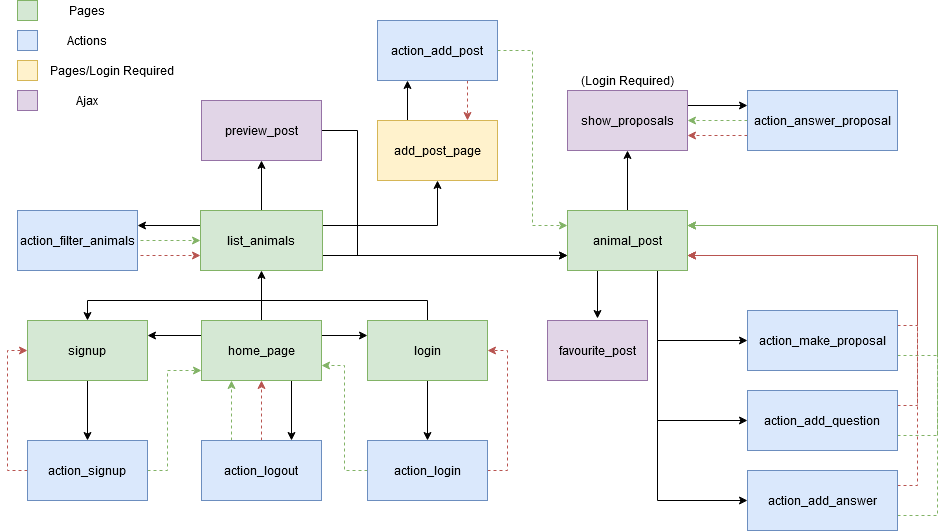
Earlier version of the draw.io export documentation/mockups/navigation_diagram.png (JoaoCostaIFG/LTW). Source tidied: cells renumbered, new cells last; positions are measured from the earlier drawing's top-left corner, leaving out a move shared by most shapes.
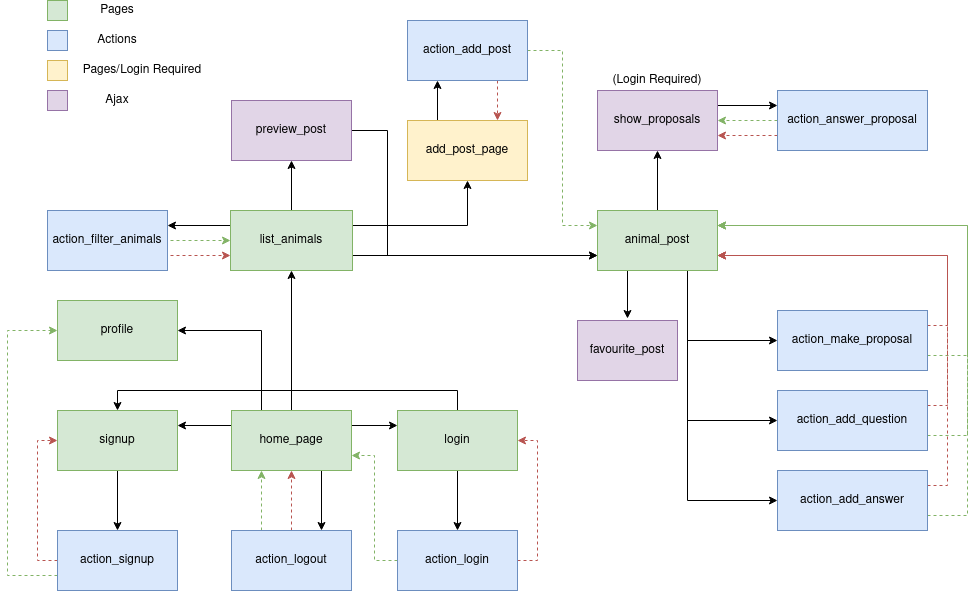
Later version of the same file.

Commit message:
Added profile to navigation diagram

The edit, as a diff of the source:
```diff
@@ -14,14 +14,17 @@
     <mxCell id="5" style="edgeStyle=orthogonalEdgeStyle;rounded=0;jettySize=auto;html=1;exitX=0.5;exitY=0;exitDx=0;exitDy=0;entryX=0.5;entryY=1;entryDx=0;entryDy=0;" parent="1" edge="1" source="6" target="22">
       <mxGeometry relative="1" as="geometry" />
     </mxCell>
+    <mxCell id="66" style="edgeStyle=orthogonalEdgeStyle;rounded=0;jettySize=auto;html=1;exitX=0.25;exitY=0;exitDx=0;exitDy=0;entryX=1;entryY=0.5;entryDx=0;entryDy=0;" parent="1" edge="1" source="6" target="68">
+      <mxGeometry relative="1" as="geometry" />
+    </mxCell>
     <mxCell id="6" value="&lt;div&gt;home_page&lt;/div&gt;" style="rounded=0;whiteSpace=wrap;html=1;fillColor=#d5e8d4;strokeColor=#82b366;" parent="1" vertex="1">
-      <mxGeometry x="184" y="320" width="120" height="60" as="geometry" />
+      <mxGeometry x="184" y="410" width="120" height="60" as="geometry" />
     </mxCell>
     <mxCell id="7" style="edgeStyle=orthogonalEdgeStyle;rounded=0;jettySize=auto;html=1;exitX=0.5;exitY=1;exitDx=0;exitDy=0;entryX=0.5;entryY=0;entryDx=0;entryDy=0;" parent="1" edge="1" source="8" target="14">
       <mxGeometry relative="1" as="geometry" />
     </mxCell>
     <mxCell id="8" value="signup" style="rounded=0;whiteSpace=wrap;html=1;fillColor=#d5e8d4;strokeColor=#82b366;" parent="1" vertex="1">
-      <mxGeometry x="10" y="320" width="120" height="60" as="geometry" />
+      <mxGeometry x="10" y="410" width="120" height="60" as="geometry" />
     </mxCell>
     <mxCell id="9" style="edgeStyle=orthogonalEdgeStyle;rounded=0;jettySize=auto;html=1;exitX=0.25;exitY=0;exitDx=0;exitDy=0;entryX=0.25;entryY=1;entryDx=0;entryDy=0;fillColor=#d5e8d4;strokeColor=#82b366;dashed=1;" parent="1" edge="1" source="11" target="6">
       <mxGeometry relative="1" as="geometry" />
@@ -30,22 +33,21 @@
       <mxGeometry relative="1" as="geometry" />
     </mxCell>
     <mxCell id="11" value="action_logout" style="rounded=0;whiteSpace=wrap;html=1;fillColor=#dae8fc;strokeColor=#6c8ebf;" parent="1" vertex="1">
-      <mxGeometry x="184" y="440" width="120" height="60" as="geometry" />
+      <mxGeometry x="184" y="530" width="120" height="60" as="geometry" />
     </mxCell>
     <mxCell id="12" style="edgeStyle=orthogonalEdgeStyle;rounded=0;jettySize=auto;html=1;exitX=0;exitY=0.5;exitDx=0;exitDy=0;entryX=0;entryY=0.5;entryDx=0;entryDy=0;dashed=1;fillColor=#f8cecc;strokeColor=#b85450;" parent="1" edge="1" source="14" target="8">
       <mxGeometry relative="1" as="geometry" />
     </mxCell>
-    <mxCell id="13" style="edgeStyle=orthogonalEdgeStyle;rounded=0;jettySize=auto;html=1;exitX=1;exitY=0.5;exitDx=0;exitDy=0;dashed=1;fillColor=#d5e8d4;strokeColor=#82b366;" parent="1" edge="1" source="14">
-      <mxGeometry relative="1" as="geometry">
-        <mxPoint x="184" y="370" as="targetPoint" />
-        <Array as="points">
-          <mxPoint x="150" y="470" />
-          <mxPoint x="150" y="370" />
-        </Array>
-      </mxGeometry>
-    </mxCell>
+    <mxCell id="67" style="edgeStyle=orthogonalEdgeStyle;rounded=0;jettySize=auto;html=1;exitX=0;exitY=0.75;exitDx=0;exitDy=0;entryX=0;entryY=0.5;entryDx=0;entryDy=0;dashed=1;fillColor=#d5e8d4;strokeColor=#82b366;" parent="1" edge="1" source="14" target="68">
+      <mxGeometry relative="1" as="geometry">
+        <Array as="points">
+          <mxPoint x="-40" y="575" />
+          <mxPoint x="-40" y="330" />
+        </Array>
+      </mxGeometry>
+    </mxCell>
     <mxCell id="14" value="action_signup" style="rounded=0;whiteSpace=wrap;html=1;fillColor=#dae8fc;strokeColor=#6c8ebf;" parent="1" vertex="1">
-      <mxGeometry x="10" y="440" width="120" height="60" as="geometry" />
+      <mxGeometry x="10" y="530" width="120" height="60" as="geometry" />
     </mxCell>
     <mxCell id="15" style="edgeStyle=orthogonalEdgeStyle;rounded=0;jettySize=auto;html=1;exitX=0;exitY=0.5;exitDx=0;exitDy=0;entryX=1;entryY=0.75;entryDx=0;entryDy=0;fillColor=#d5e8d4;strokeColor=#82b366;dashed=1;" parent="1" edge="1" source="17" target="6">
       <mxGeometry relative="1" as="geometry" />
@@ -54,7 +56,7 @@
       <mxGeometry relative="1" as="geometry" />
     </mxCell>
     <mxCell id="17" value="action_login" style="rounded=0;whiteSpace=wrap;html=1;fillColor=#dae8fc;strokeColor=#6c8ebf;" parent="1" vertex="1">
-      <mxGeometry x="350" y="440" width="120" height="60" as="geometry" />
+      <mxGeometry x="350" y="530" width="120" height="60" as="geometry" />
     </mxCell>
     <mxCell id="18" style="edgeStyle=orthogonalEdgeStyle;rounded=0;jettySize=auto;html=1;exitX=1;exitY=0.75;exitDx=0;exitDy=0;entryX=0;entryY=0.75;entryDx=0;entryDy=0;" parent="1" edge="1" source="22" target="31">
       <mxGeometry relative="1" as="geometry" />
@@ -157,7 +159,7 @@
       <mxGeometry relative="1" as="geometry" />
     </mxCell>
     <mxCell id="43" value="&lt;div&gt;login&lt;/div&gt;" style="rounded=0;whiteSpace=wrap;html=1;fillColor=#d5e8d4;strokeColor=#82b366;" parent="1" vertex="1">
-      <mxGeometry x="350" y="320" width="120" height="60" as="geometry" />
+      <mxGeometry x="350" y="410" width="120" height="60" as="geometry" />
     </mxCell>
     <mxCell id="44" style="edgeStyle=orthogonalEdgeStyle;rounded=0;jettySize=auto;html=1;exitX=1;exitY=0.25;exitDx=0;exitDy=0;entryX=0;entryY=0.25;entryDx=0;entryDy=0;" parent="1" edge="1" source="45" target="50">
       <mxGeometry relative="1" as="geometry" />
@@ -230,5 +232,8 @@
     <mxCell id="65" value="(Login Required)" style="text;html=1;strokeColor=none;fillColor=none;align=center;verticalAlign=middle;whiteSpace=wrap;rounded=0;" parent="1" vertex="1">
       <mxGeometry x="550" y="70" width="120" height="20" as="geometry" />
     </mxCell>
+    <mxCell id="68" value="profile" style="rounded=0;whiteSpace=wrap;html=1;fillColor=#d5e8d4;strokeColor=#82b366;" parent="1" vertex="1">
+      <mxGeometry x="10" y="300" width="120" height="60" as="geometry" />
+    </mxCell>
   </root>
 </mxGraphModel>
```
